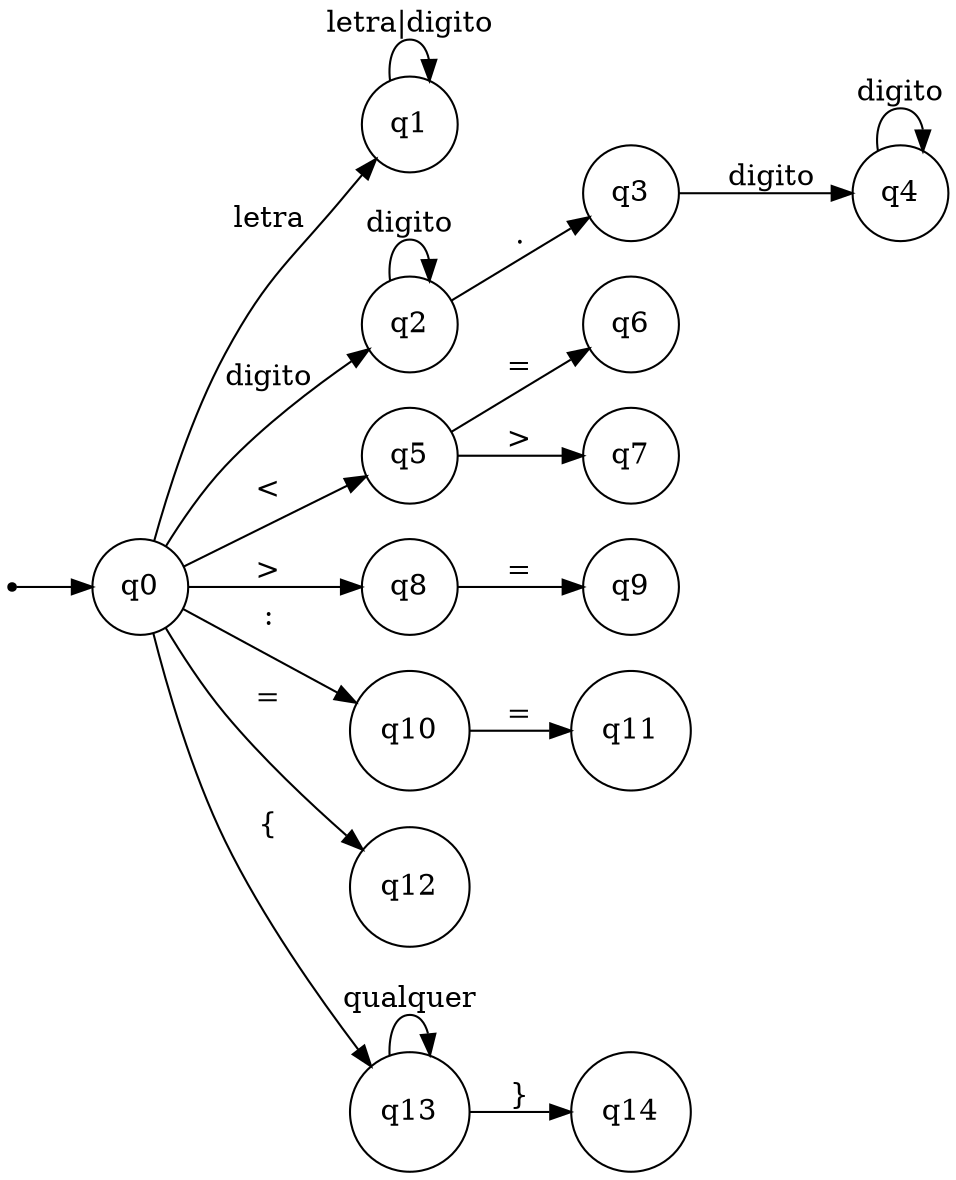
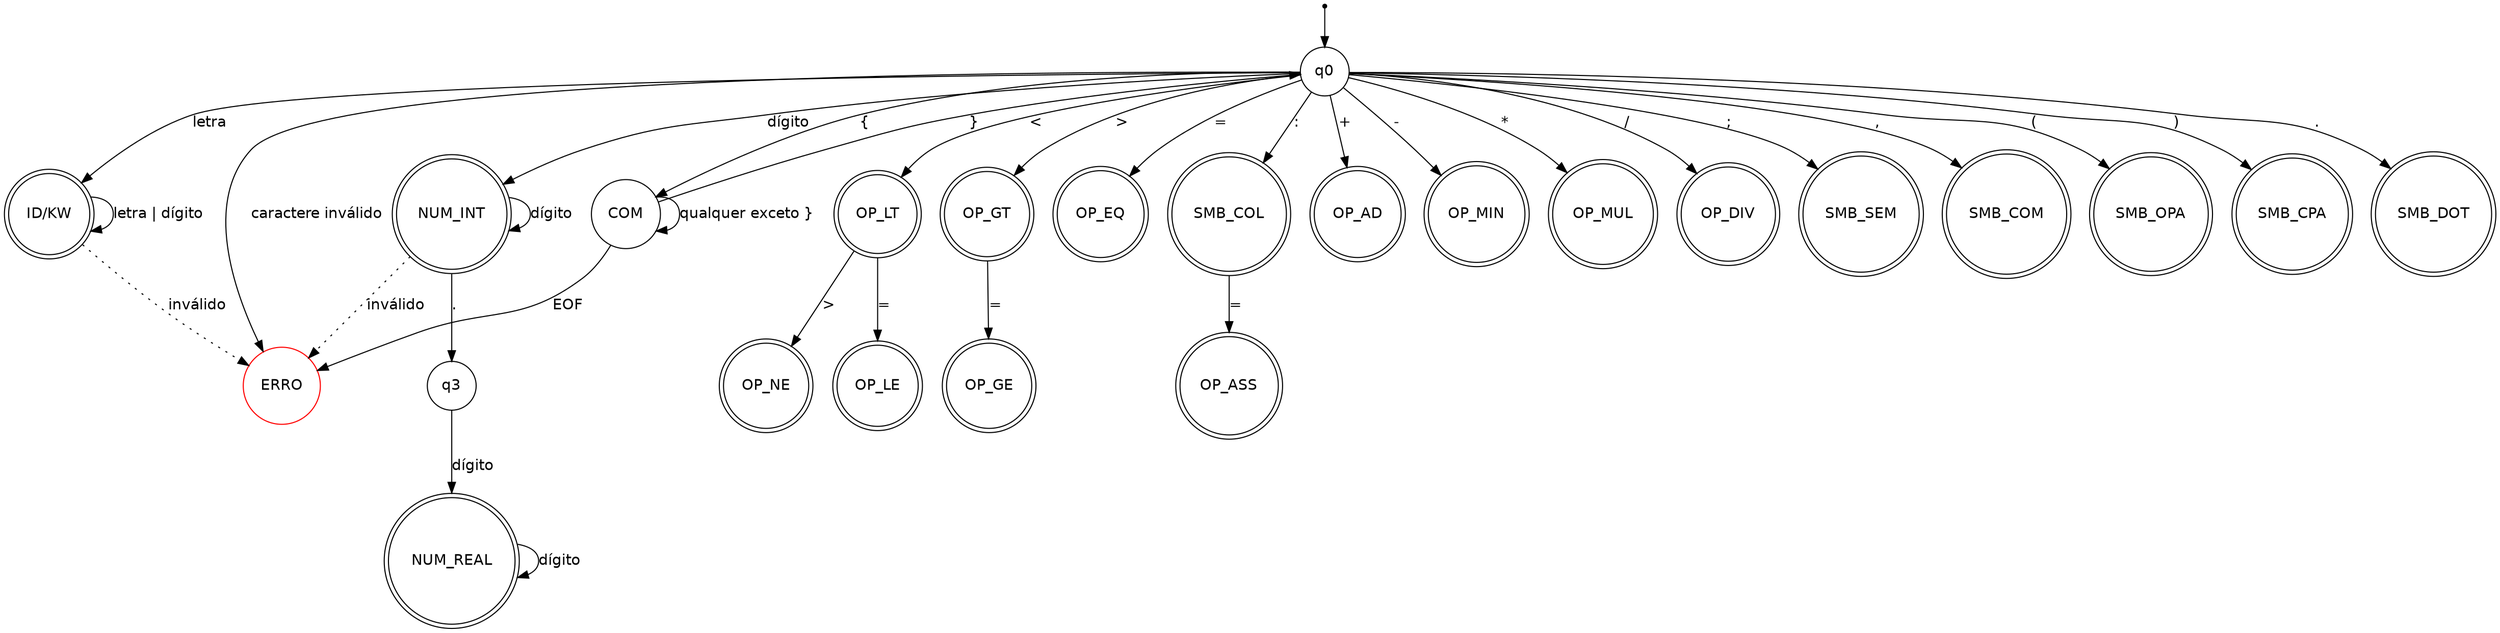
digraph AFD {
-     rankdir=LR;
-     node [shape=circle];
+     rankdir=TB;
+     fontname="Helvetica";

+     node [shape=circle, fontname="Helvetica"];
+     edge [fontname="Helvetica"];
+ 
+     /* =========================
+        ESTADO INICIAL
+     ========================= */
    start [shape=point];
    start -> q0;

-     // IDENTIFICADOR
+     /* =========================
+        ESTADOS FINAIS
+     ========================= */
+     node [shape=doublecircle];
+ 
+     q1  [label="ID/KW"];
+     q2  [label="NUM_INT"];
+     q4  [label="NUM_REAL"];
+ 
+     q5  [label="OP_LT"];
+     q6  [label="OP_LE"];
+     q7  [label="OP_NE"];
+ 
+     q8  [label="OP_GT"];
+     q9  [label="OP_GE"];
+ 
+     q10 [label="OP_EQ"];
+ 
+     q11 [label="SMB_COL"];
+     q12 [label="OP_ASS"];
+ 
+     q13 [label="OP_AD"];
+     q14 [label="OP_MIN"];
+     q15 [label="OP_MUL"];
+     q16 [label="OP_DIV"];
+ 
+     q17 [label="SMB_SEM"];
+     q18 [label="SMB_COM"];
+     q19 [label="SMB_OPA"];
+     q20 [label="SMB_CPA"];
+     q21 [label="SMB_DOT"];
+ 
+     /* =========================
+        INTERMEDIÁRIOS
+     ========================= */
+     node [shape=circle];
+ 
+     q0  [label="q0"];
+     q3  [label="q3"];
+     q22 [label="COM"];
+     qERRO [label="ERRO", color=red];
+ 
+     /* =========================
+        IDENTIFICADORES
+     ========================= */
    q0 -> q1 [label="letra"];
-     q1 -> q1 [label="letra|digito"];
+     q1 -> q1 [label="letra | dígito"];

-     // NUMEROS
-     q0 -> q2 [label="digito"];
-     q2 -> q2 [label="digito"];
+     /* =========================
+        NÚMEROS
+     ========================= */
+     q0 -> q2 [label="dígito"];
+     q2 -> q2 [label="dígito"];
    q2 -> q3 [label="."];
-     q3 -> q4 [label="digito"];
-     q4 -> q4 [label="digito"];
+     q3 -> q4 [label="dígito"];   // exige decimal
+     q4 -> q4 [label="dígito"];

-     // OPERADORES RELACIONAIS
+     /* =========================
+        OPERADORES RELACIONAIS
+     ========================= */
    q0 -> q5 [label="<"];
-     q5 -> q6 [label="="];   // <=
-     q5 -> q7 [label=">"];   // <>
+     q5 -> q6 [label="="];
+     q5 -> q7 [label=">"];

    q0 -> q8 [label=">"];
-     q8 -> q9 [label="="];   // >=
+     q8 -> q9 [label="="];

-     // ATRIBUIÇÃO
-     q0 -> q10 [label=":"];
-     q10 -> q11 [label="="]; // :=
+     q0 -> q10 [label="="];

-     // IGUAL
-     q0 -> q12 [label="="];
+     /* =========================
+        ATRIBUIÇÃO
+     ========================= */
+     q0 -> q11 [label=":"];
+     q11 -> q12 [label="="];

-     // COMENTARIO
-     q0 -> q13 [label="{"];
-     q13 -> q13 [label="qualquer"];
-     q13 -> q14 [label="}"];
+     /* =========================
+        OPERADORES ARITMÉTICOS
+     ========================= */
+     q0 -> q13 [label="+"];
+     q0 -> q14 [label="-"];
+     q0 -> q15 [label="*"];
+     q0 -> q16 [label="/"];

-     // FINAIS
-     node [shape=doublecircle];
-     q1 q2 q4 q5 q6 q7 q8 q9 q11 q12;
+     /* =========================
+        SÍMBOLOS
+     ========================= */
+     q0 -> q17 [label=";"];
+     q0 -> q18 [label=","];
+     q0 -> q19 [label="("];
+     q0 -> q20 [label=")"];
+     q0 -> q21 [label="."];
+ 
+     /* =========================
+        COMENTÁRIOS (IGNORAR)
+     ========================= */
+     q0  -> q22 [label="{"];
+     q22 -> q22 [label="qualquer exceto }"];
+     q22 -> q0  [label="}"];
+     q22 -> qERRO [label="EOF"];  // comentário não fechado
+ 
+     /* =========================
+        ERROS LÉXICOS
+     ========================= */
+     q0 -> qERRO [label="caractere inválido"];
+ 
+     /* (opcional - reforço visual) */
+     q1 -> qERRO [style=dotted, label="inválido"];
+     q2 -> qERRO [style=dotted, label="inválido"];
}